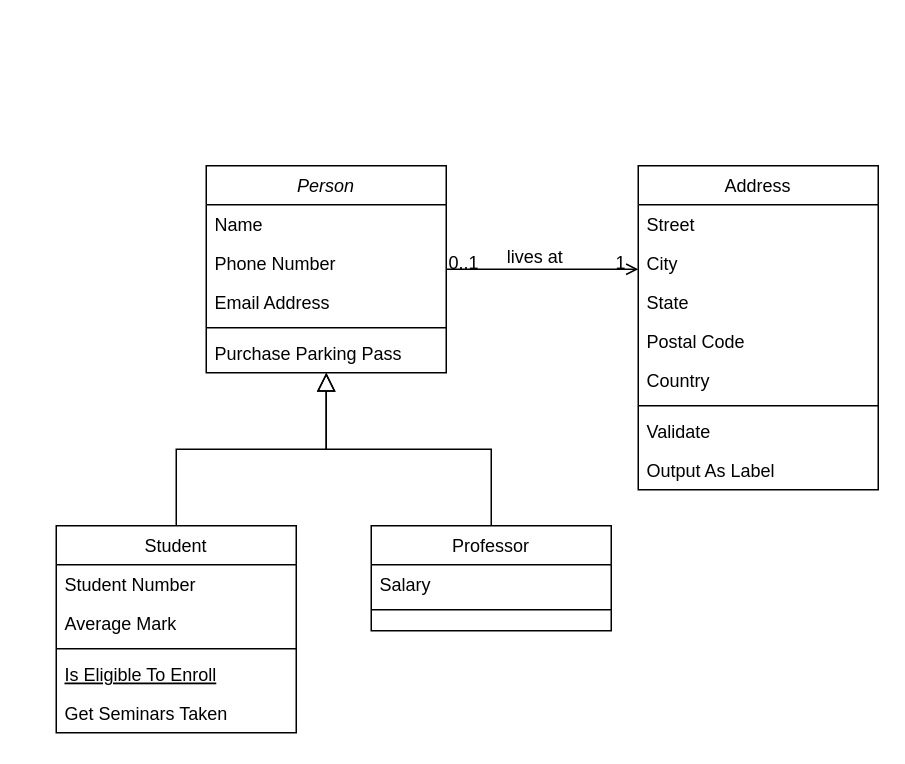
Above: 未命名绘图.drawio in zhouhaitao-cherry/mfish-nocode (draw.io), before the change. Source tidied: cells renumbered, new cells numbered last; positions are measured from the earlier drawing's top-left corner, leaving out a move shared by most shapes. Both pictures are drawn from the tidied source at 150%, with x=0, y=0 at pixel (56, 165).
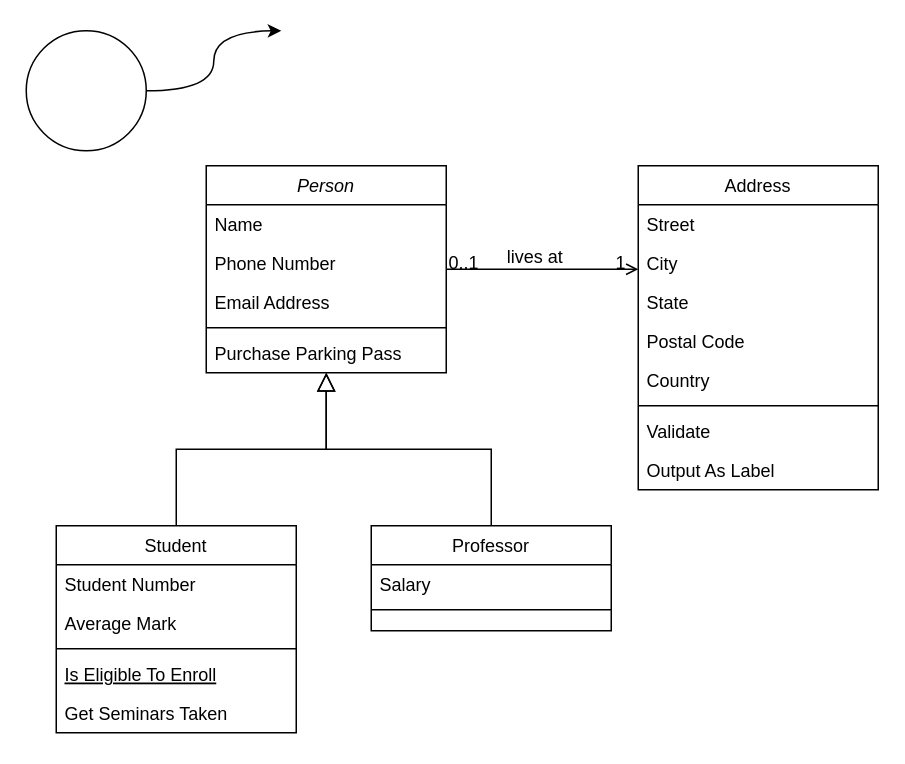
The same page after the edit.

Diff of the diagram source:
```diff
@@
+    <mxCell id="32" style="edgeStyle=orthogonalEdgeStyle;rounded=0;jettySize=auto;html=1;curved=1;" parent="1" edge="1" source="33">
+      <mxGeometry relative="1" as="geometry">
+        <mxPoint x="150" y="-90" as="targetPoint" />
+      </mxGeometry>
+    </mxCell>
+    <mxCell id="33" style="ellipse;whiteSpace=wrap;html=1;" parent="1" vertex="1">
+      <mxGeometry x="-20" y="-90" width="80" height="80" as="geometry" />
+    </mxCell>
```
